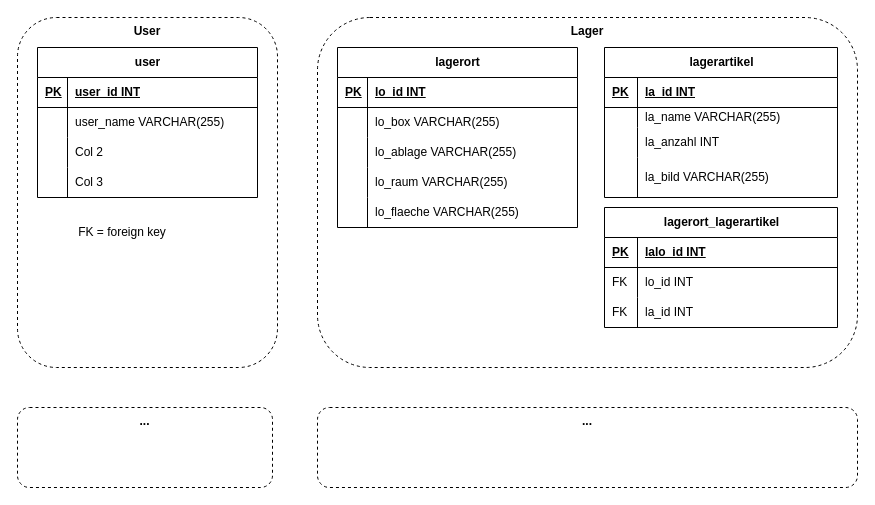
Earlier version of the draw.io diagram page "Datenbank" (7 of 7) of Unbenanntes Diagramm.drawio (kitanicKS/fireapp_frontend). Source tidied: cells renumbered, new cells numbered last; positions are measured from the earlier drawing's top-left corner, leaving out a move shared by most shapes. Both pictures are drawn from the tidied source at 100%, with x=0, y=0 at pixel (17, 17).
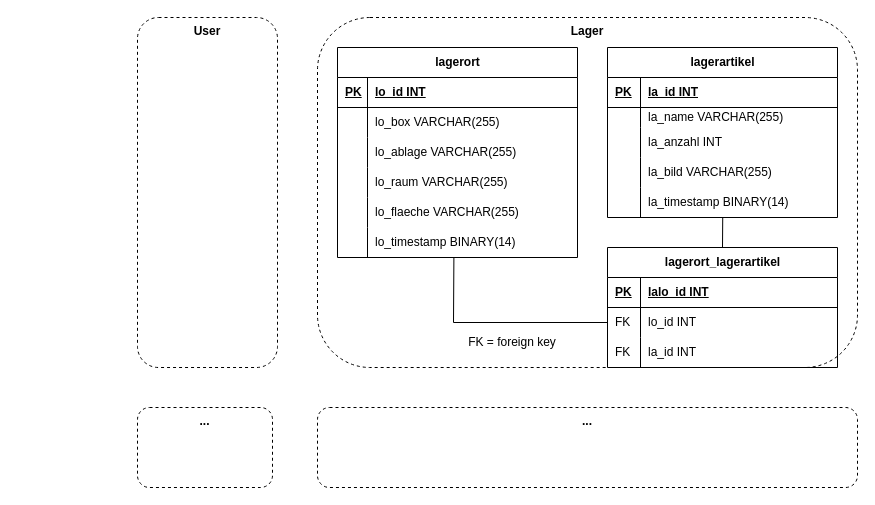
Above is the later version.

What changed in the source:
```diff
@@
     <mxCell id="3" value="User" style="rounded=1;whiteSpace=wrap;html=1;fontStyle=1;verticalAlign=top;fillColor=none;dashed=1;" parent="1" vertex="1">
-      <mxGeometry width="260" height="350" as="geometry" />
+      <mxGeometry x="120" width="140" height="350" as="geometry" />
     </mxCell>
-    <mxCell id="4" value="user" style="shape=table;startSize=30;childLayout=tableLayout;rowLines=0;fontStyle=1;align=center;html=1;" parent="1" vertex="1">
-      <mxGeometry x="20" y="30" width="220" height="150" as="geometry" />
-    </mxCell>
-    <mxCell id="5" style="shape=tableRow;horizontal=0;startSize=0;swimlaneHead=0;swimlaneBody=0;fillColor=none;top=0;left=0;right=0;bottom=1;" parent="4" vertex="1">
-      <mxGeometry y="30" width="220" height="30" as="geometry" />
-    </mxCell>
-    <mxCell id="6" value="PK" style="shape=partialRectangle;fillColor=none;top=0;left=0;bottom=0;right=0;align=left;spacingLeft=6;fontStyle=5;overflow=hidden;whiteSpace=wrap;html=1;" parent="5" vertex="1">
-      <mxGeometry width="30" height="30" as="geometry" />
-    </mxCell>
-    <mxCell id="7" value="user_id INT" style="shape=partialRectangle;fillColor=none;top=0;left=0;bottom=0;right=0;align=left;spacingLeft=6;fontStyle=5;overflow=hidden;whiteSpace=wrap;html=1;" parent="5" vertex="1">
-      <mxGeometry x="30" width="190" height="30" as="geometry" />
-    </mxCell>
-    <mxCell id="8" style="shape=tableRow;horizontal=0;startSize=0;swimlaneHead=0;swimlaneBody=0;fillColor=none;top=0;left=0;right=0;bottom=0;" parent="4" vertex="1">
-      <mxGeometry y="60" width="220" height="30" as="geometry" />
-    </mxCell>
-    <mxCell id="9" style="shape=partialRectangle;fillColor=none;top=0;left=0;bottom=0;right=0;align=left;spacingLeft=6;overflow=hidden;whiteSpace=wrap;html=1;" parent="8" vertex="1">
-      <mxGeometry width="30" height="30" as="geometry" />
-    </mxCell>
-    <mxCell id="10" value="user_name VARCHAR(255)" style="shape=partialRectangle;fillColor=none;top=0;left=0;bottom=0;right=0;align=left;spacingLeft=6;overflow=hidden;whiteSpace=wrap;html=1;" parent="8" vertex="1">
-      <mxGeometry x="30" width="190" height="30" as="geometry" />
-    </mxCell>
-    <mxCell id="11" style="shape=tableRow;horizontal=0;startSize=0;swimlaneHead=0;swimlaneBody=0;fillColor=none;top=0;left=0;right=0;bottom=0;" parent="4" vertex="1">
-      <mxGeometry y="90" width="220" height="30" as="geometry" />
-    </mxCell>
-    <mxCell id="12" style="shape=partialRectangle;fillColor=none;top=0;left=0;bottom=0;right=0;align=left;spacingLeft=6;overflow=hidden;whiteSpace=wrap;html=1;" parent="11" vertex="1">
-      <mxGeometry width="30" height="30" as="geometry" />
-    </mxCell>
-    <mxCell id="13" value="Col 2" style="shape=partialRectangle;fillColor=none;top=0;left=0;bottom=0;right=0;align=left;spacingLeft=6;overflow=hidden;whiteSpace=wrap;html=1;" parent="11" vertex="1">
-      <mxGeometry x="30" width="190" height="30" as="geometry" />
-    </mxCell>
-    <mxCell id="14" style="shape=tableRow;horizontal=0;startSize=0;swimlaneHead=0;swimlaneBody=0;fillColor=none;top=0;left=0;right=0;bottom=0;" parent="4" vertex="1">
-      <mxGeometry y="120" width="220" height="30" as="geometry" />
-    </mxCell>
-    <mxCell id="15" style="shape=partialRectangle;fillColor=none;top=0;left=0;bottom=0;right=0;align=left;spacingLeft=6;overflow=hidden;whiteSpace=wrap;html=1;" parent="14" vertex="1">
-      <mxGeometry width="30" height="30" as="geometry" />
-    </mxCell>
-    <mxCell id="16" value="Col 3" style="shape=partialRectangle;fillColor=none;top=0;left=0;bottom=0;right=0;align=left;spacingLeft=6;overflow=hidden;whiteSpace=wrap;html=1;" parent="14" vertex="1">
-      <mxGeometry x="30" width="190" height="30" as="geometry" />
-    </mxCell>
     <mxCell id="17" value="lagerort" style="shape=table;startSize=30;childLayout=tableLayout;rowLines=0;fontStyle=1;align=center;html=1;" parent="1" vertex="1">
-      <mxGeometry x="320" y="30" width="240" height="180" as="geometry" />
+      <mxGeometry x="320" y="30" width="240" height="210" as="geometry" />
     </mxCell>
@@
+    <mxCell id="59" style="shape=tableRow;horizontal=0;startSize=0;swimlaneHead=0;swimlaneBody=0;fillColor=none;points=[[0,0.5],[1,0.5]];portConstraint=eastwest;top=0;left=0;right=0;bottom=0;" parent="17" vertex="1">
+      <mxGeometry y="180" width="240" height="30" as="geometry" />
+    </mxCell>
+    <mxCell id="60" style="shape=partialRectangle;fillColor=none;top=0;left=0;bottom=0;right=0;align=left;spacingLeft=6;overflow=hidden;whiteSpace=wrap;html=1;" parent="59" vertex="1">
+      <mxGeometry width="30" height="30" as="geometry" />
+    </mxCell>
+    <mxCell id="61" value="lo_timestamp BINARY(14)" style="shape=partialRectangle;fillColor=none;top=0;left=0;bottom=0;right=0;align=left;spacingLeft=6;overflow=hidden;whiteSpace=wrap;html=1;" parent="59" vertex="1">
+      <mxGeometry x="30" width="210" height="30" as="geometry" />
+    </mxCell>
     <mxCell id="33" value="lagerartikel" style="shape=table;startSize=30;childLayout=tableLayout;rowLines=0;fontStyle=1;align=center;html=1;" parent="1" vertex="1">
-      <mxGeometry x="587" y="30" width="233" height="150" as="geometry" />
+      <mxGeometry x="590" y="30" width="230" height="170" as="geometry" />
     </mxCell>
     <mxCell id="34" style="shape=tableRow;horizontal=0;startSize=0;swimlaneHead=0;swimlaneBody=0;fillColor=none;top=0;left=0;right=0;bottom=1;" parent="33" vertex="1">
-      <mxGeometry y="30" width="233" height="30" as="geometry" />
+      <mxGeometry y="30" width="230" height="30" as="geometry" />
     </mxCell>
@@
     <mxCell id="36" value="la_id INT" style="shape=partialRectangle;fillColor=none;top=0;left=0;bottom=0;right=0;align=left;spacingLeft=6;fontStyle=5;overflow=hidden;whiteSpace=wrap;html=1;" parent="34" vertex="1">
-      <mxGeometry x="33" width="200" height="30" as="geometry" />
+      <mxGeometry x="33" width="197" height="30" as="geometry" />
     </mxCell>
     <mxCell id="37" style="shape=tableRow;horizontal=0;startSize=0;swimlaneHead=0;swimlaneBody=0;fillColor=none;top=0;left=0;right=0;bottom=0;" parent="33" vertex="1">
-      <mxGeometry y="60" width="233" height="20" as="geometry" />
+      <mxGeometry y="60" width="230" height="20" as="geometry" />
     </mxCell>
@@
     <mxCell id="39" value="la_name VARCHAR(255)" style="shape=partialRectangle;fillColor=none;top=0;left=0;bottom=0;right=0;align=left;spacingLeft=6;overflow=hidden;whiteSpace=wrap;html=1;" parent="37" vertex="1">
-      <mxGeometry x="33" width="200" height="20" as="geometry" />
+      <mxGeometry x="33" width="197" height="20" as="geometry" />
     </mxCell>
     <mxCell id="40" style="shape=tableRow;horizontal=0;startSize=0;swimlaneHead=0;swimlaneBody=0;fillColor=none;top=0;left=0;right=0;bottom=0;" parent="33" vertex="1">
-      <mxGeometry y="80" width="233" height="30" as="geometry" />
+      <mxGeometry y="80" width="230" height="30" as="geometry" />
     </mxCell>
@@
     <mxCell id="42" value="la_anzahl INT" style="shape=partialRectangle;fillColor=none;top=0;left=0;bottom=0;right=0;align=left;spacingLeft=6;overflow=hidden;whiteSpace=wrap;html=1;" parent="40" vertex="1">
-      <mxGeometry x="33" width="200" height="30" as="geometry" />
+      <mxGeometry x="33" width="197" height="30" as="geometry" />
     </mxCell>
     <mxCell id="43" style="shape=tableRow;horizontal=0;startSize=0;swimlaneHead=0;swimlaneBody=0;fillColor=none;top=0;left=0;right=0;bottom=0;" parent="33" vertex="1">
-      <mxGeometry y="110" width="233" height="40" as="geometry" />
+      <mxGeometry y="110" width="230" height="30" as="geometry" />
     </mxCell>
     <mxCell id="44" style="shape=partialRectangle;fillColor=none;top=0;left=0;bottom=0;right=0;align=left;spacingLeft=6;overflow=hidden;whiteSpace=wrap;html=1;" parent="43" vertex="1">
-      <mxGeometry width="33" height="40" as="geometry" />
+      <mxGeometry width="33" height="30" as="geometry" />
     </mxCell>
     <mxCell id="45" value="la_bild VARCHAR(255)" style="shape=partialRectangle;fillColor=none;top=0;left=0;bottom=0;right=0;align=left;spacingLeft=6;overflow=hidden;whiteSpace=wrap;html=1;" parent="43" vertex="1">
-      <mxGeometry x="33" width="200" height="40" as="geometry" />
+      <mxGeometry x="33" width="197" height="30" as="geometry" />
     </mxCell>
+    <mxCell id="62" style="shape=tableRow;horizontal=0;startSize=0;swimlaneHead=0;swimlaneBody=0;fillColor=none;points=[[0,0.5],[1,0.5]];portConstraint=eastwest;top=0;left=0;right=0;bottom=0;" parent="33" vertex="1">
+      <mxGeometry y="140" width="230" height="30" as="geometry" />
+    </mxCell>
+    <mxCell id="63" style="shape=partialRectangle;fillColor=none;top=0;left=0;bottom=0;right=0;align=left;spacingLeft=6;overflow=hidden;whiteSpace=wrap;html=1;" parent="62" vertex="1">
+      <mxGeometry width="33" height="30" as="geometry" />
+    </mxCell>
+    <mxCell id="64" value="la_timestamp BINARY(14)" style="shape=partialRectangle;fillColor=none;top=0;left=0;bottom=0;right=0;align=left;spacingLeft=6;overflow=hidden;whiteSpace=wrap;html=1;" parent="62" vertex="1">
+      <mxGeometry x="33" width="197" height="30" as="geometry" />
+    </mxCell>
     <mxCell id="46" value="..." style="rounded=1;whiteSpace=wrap;html=1;fontStyle=1;verticalAlign=top;fillColor=none;dashed=1;" parent="1" vertex="1">
-      <mxGeometry y="390" width="255" height="80" as="geometry" />
+      <mxGeometry x="120" y="390" width="135" height="80" as="geometry" />
     </mxCell>
@@
     <mxCell id="48" value="FK = foreign key" style="text;html=1;align=center;verticalAlign=middle;whiteSpace=wrap;rounded=0;" parent="1" vertex="1">
-      <mxGeometry x="50" y="200" width="110" height="30" as="geometry" />
+      <mxGeometry x="440" y="310" width="110" height="30" as="geometry" />
     </mxCell>
     <mxCell id="49" value="lagerort_lagerartikel" style="shape=table;startSize=30;childLayout=tableLayout;rowLines=0;fontStyle=1;align=center;html=1;" parent="1" vertex="1">
-      <mxGeometry x="587" y="190" width="233" height="120" as="geometry" />
+      <mxGeometry x="590" y="230" width="230" height="120" as="geometry" />
     </mxCell>
     <mxCell id="50" style="shape=tableRow;horizontal=0;startSize=0;swimlaneHead=0;swimlaneBody=0;fillColor=none;top=0;left=0;right=0;bottom=1;" parent="49" vertex="1">
-      <mxGeometry y="30" width="233" height="30" as="geometry" />
+      <mxGeometry y="30" width="230" height="30" as="geometry" />
     </mxCell>
@@
     <mxCell id="52" value="lalo_id INT" style="shape=partialRectangle;fillColor=none;top=0;left=0;bottom=0;right=0;align=left;spacingLeft=6;fontStyle=5;overflow=hidden;whiteSpace=wrap;html=1;" parent="50" vertex="1">
-      <mxGeometry x="33" width="200" height="30" as="geometry" />
+      <mxGeometry x="33" width="197" height="30" as="geometry" />
     </mxCell>
     <mxCell id="53" style="shape=tableRow;horizontal=0;startSize=0;swimlaneHead=0;swimlaneBody=0;fillColor=none;points=[[0,0.5],[1,0.5]];portConstraint=eastwest;top=0;left=0;right=0;bottom=0;" parent="49" vertex="1">
-      <mxGeometry y="60" width="233" height="30" as="geometry" />
+      <mxGeometry y="60" width="230" height="30" as="geometry" />
     </mxCell>
@@
     <mxCell id="55" value="lo_id INT" style="shape=partialRectangle;fillColor=none;top=0;left=0;bottom=0;right=0;align=left;spacingLeft=6;overflow=hidden;whiteSpace=wrap;html=1;" parent="53" vertex="1">
-      <mxGeometry x="33" width="200" height="30" as="geometry" />
+      <mxGeometry x="33" width="197" height="30" as="geometry" />
     </mxCell>
     <mxCell id="56" style="shape=tableRow;horizontal=0;startSize=0;swimlaneHead=0;swimlaneBody=0;fillColor=none;top=0;left=0;right=0;bottom=0;" parent="49" vertex="1">
-      <mxGeometry y="90" width="233" height="30" as="geometry" />
+      <mxGeometry y="90" width="230" height="30" as="geometry" />
     </mxCell>
@@
     <mxCell id="58" value="la_id INT" style="shape=partialRectangle;fillColor=none;top=0;left=0;bottom=0;right=0;align=left;spacingLeft=6;overflow=hidden;whiteSpace=wrap;html=1;" parent="56" vertex="1">
-      <mxGeometry x="33" width="200" height="30" as="geometry" />
+      <mxGeometry x="33" width="197" height="30" as="geometry" />
     </mxCell>
+    <mxCell id="65" style="endArrow=none;html=1;rounded=0;exitX=0.485;exitY=1;exitDx=0;exitDy=0;exitPerimeter=0;entryX=0;entryY=0.5;entryDx=0;entryDy=0;" parent="1" edge="1" source="59" target="53">
+      <mxGeometry relative="1" as="geometry">
+        <Array as="points">
+          <mxPoint x="436" y="305" />
+        </Array>
+      </mxGeometry>
+    </mxCell>
+    <mxCell id="66" style="endArrow=none;html=1;rounded=0;exitX=0.5;exitY=0;exitDx=0;exitDy=0;entryX=0.501;entryY=1;entryDx=0;entryDy=0;entryPerimeter=0;" parent="1" edge="1" source="49" target="62">
+      <mxGeometry relative="1" as="geometry" />
+    </mxCell>
```
